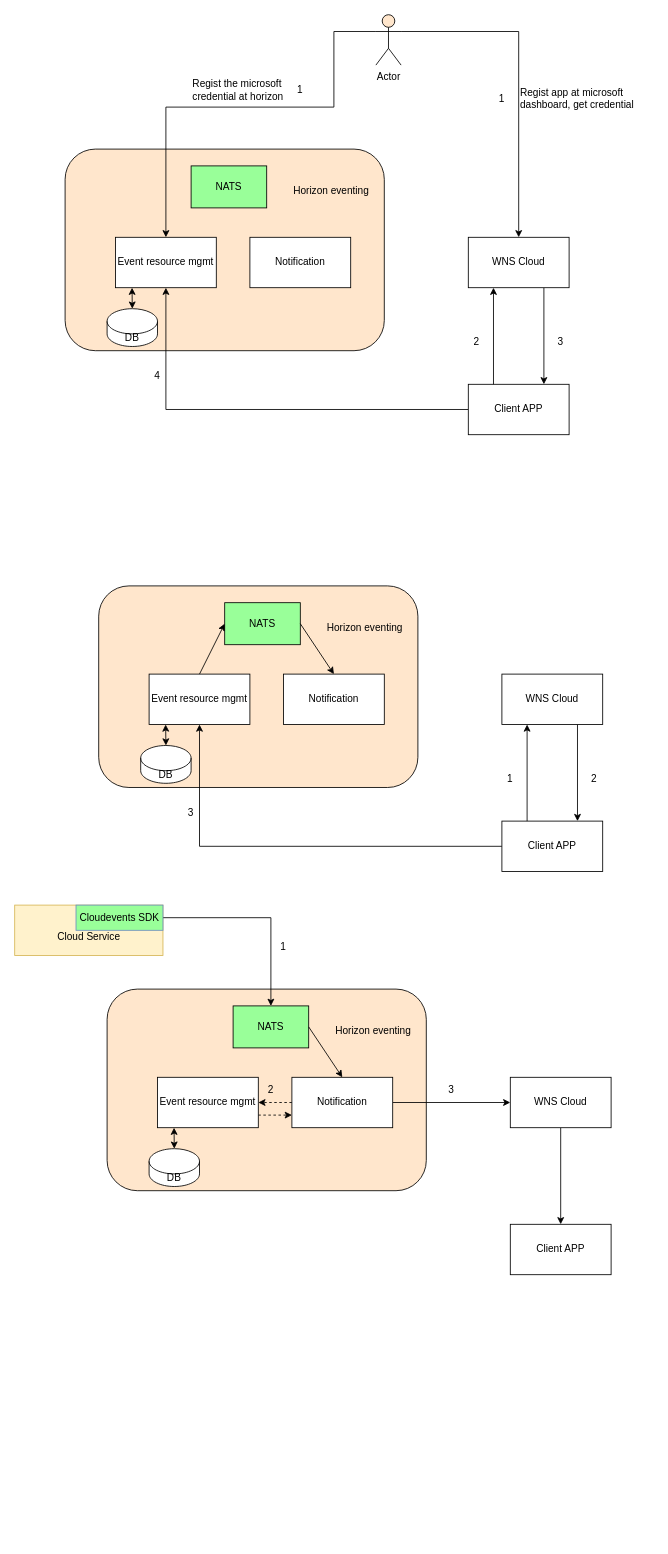
Before: page "PushNotification" (8 of 9) of HP/horizon_eventing.drawio in zhangwm1987/mydraw_io, a draw.io diagram. Source tidied: cells renumbered, new cells numbered last; positions are measured from the earlier drawing's top-left corner, leaving out a move shared by most shapes. Both pictures are drawn from the tidied source at 84%, with x=0, y=0 at pixel (14, 14).
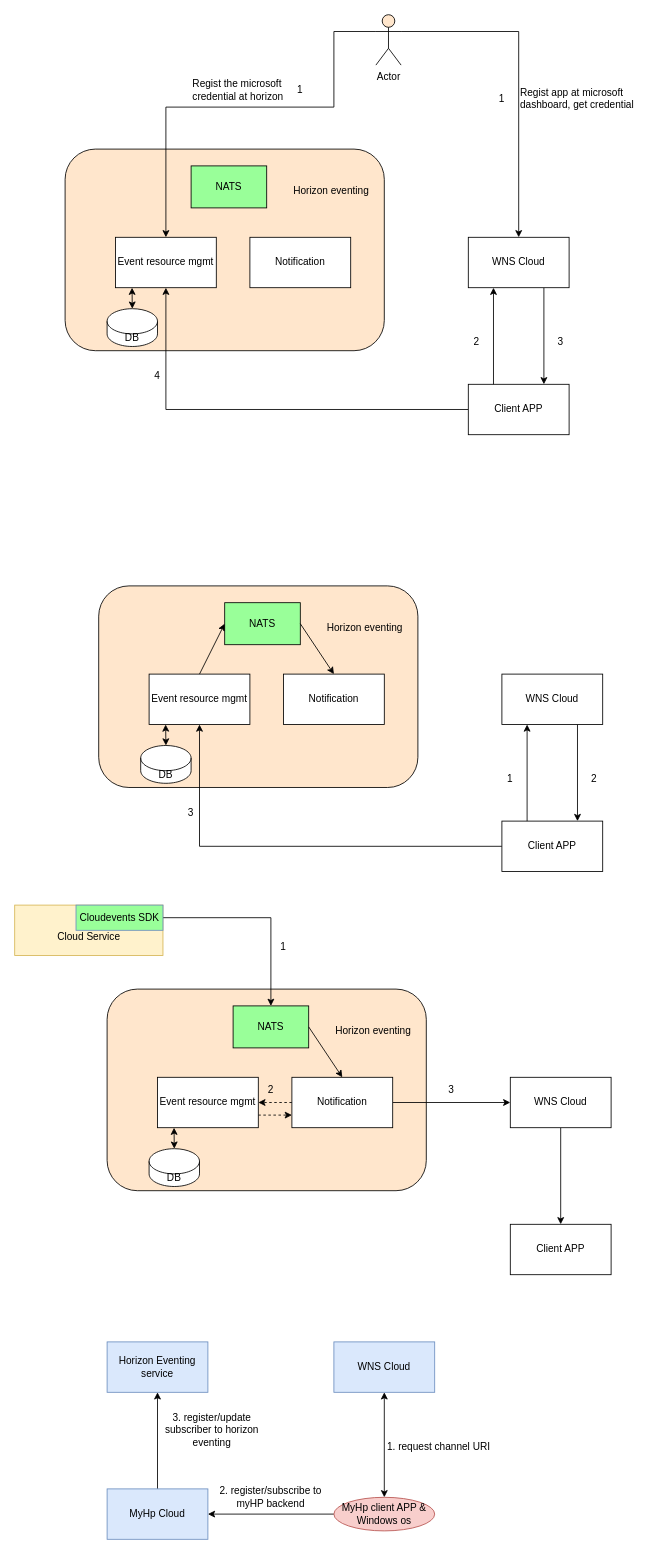
Above is the later version.

Diff of the diagram source:
```diff
@@
+    <mxCell id="61" value="WNS Cloud" style="rounded=0;whiteSpace=wrap;html=1;fillColor=#dae8fc;strokeColor=#6c8ebf;" parent="1" vertex="1">
+      <mxGeometry x="380" y="1580" width="120" height="60" as="geometry" />
+    </mxCell>
+    <mxCell id="62" style="edgeStyle=orthogonalEdgeStyle;rounded=0;jettySize=auto;html=1;exitX=0.5;exitY=0;exitDx=0;exitDy=0;entryX=0.5;entryY=1;entryDx=0;entryDy=0;" parent="1" edge="1" source="63" target="64">
+      <mxGeometry relative="1" as="geometry" />
+    </mxCell>
+    <mxCell id="63" value="MyHp Cloud" style="rounded=0;whiteSpace=wrap;html=1;fillColor=#dae8fc;strokeColor=#6c8ebf;" parent="1" vertex="1">
+      <mxGeometry x="110" y="1755" width="120" height="60" as="geometry" />
+    </mxCell>
+    <mxCell id="64" value="Horizon Eventing service" style="rounded=0;whiteSpace=wrap;html=1;fillColor=#dae8fc;strokeColor=#6c8ebf;" parent="1" vertex="1">
+      <mxGeometry x="110" y="1580" width="120" height="60" as="geometry" />
+    </mxCell>
+    <mxCell id="65" style="edgeStyle=orthogonalEdgeStyle;rounded=0;jettySize=auto;html=1;exitX=0;exitY=0.5;exitDx=0;exitDy=0;entryX=1;entryY=0.5;entryDx=0;entryDy=0;" parent="1" edge="1" source="66" target="63">
+      <mxGeometry relative="1" as="geometry" />
+    </mxCell>
+    <mxCell id="66" value="MyHp client APP &amp;amp;&lt;br&gt;Windows os" style="ellipse;whiteSpace=wrap;html=1;fillColor=#f8cecc;strokeColor=#b85450;" parent="1" vertex="1">
+      <mxGeometry x="380" y="1765" width="120" height="40" as="geometry" />
+    </mxCell>
+    <mxCell id="67" style="endArrow=classic;startArrow=classic;html=1;exitX=0.5;exitY=0;exitDx=0;exitDy=0;" parent="1" edge="1" source="66">
+      <mxGeometry relative="1" as="geometry">
+        <mxPoint x="440" y="1640" as="targetPoint" />
+      </mxGeometry>
+    </mxCell>
+    <mxCell id="68" value="1. request channel URI" style="text;html=1;strokeColor=none;fillColor=none;align=center;verticalAlign=middle;whiteSpace=wrap;rounded=0;" parent="1" vertex="1">
+      <mxGeometry x="440" y="1695" width="130" height="20" as="geometry" />
+    </mxCell>
+    <mxCell id="69" value="2. register/subscribe to myHP backend" style="text;html=1;strokeColor=none;fillColor=none;align=center;verticalAlign=middle;whiteSpace=wrap;rounded=0;" parent="1" vertex="1">
+      <mxGeometry x="240" y="1755" width="130" height="20" as="geometry" />
+    </mxCell>
+    <mxCell id="70" value="3. register/update subscriber to horizon eventing" style="text;html=1;strokeColor=none;fillColor=none;align=center;verticalAlign=middle;whiteSpace=wrap;rounded=0;" parent="1" vertex="1">
+      <mxGeometry x="170" y="1675" width="130" height="20" as="geometry" />
+    </mxCell>
```
